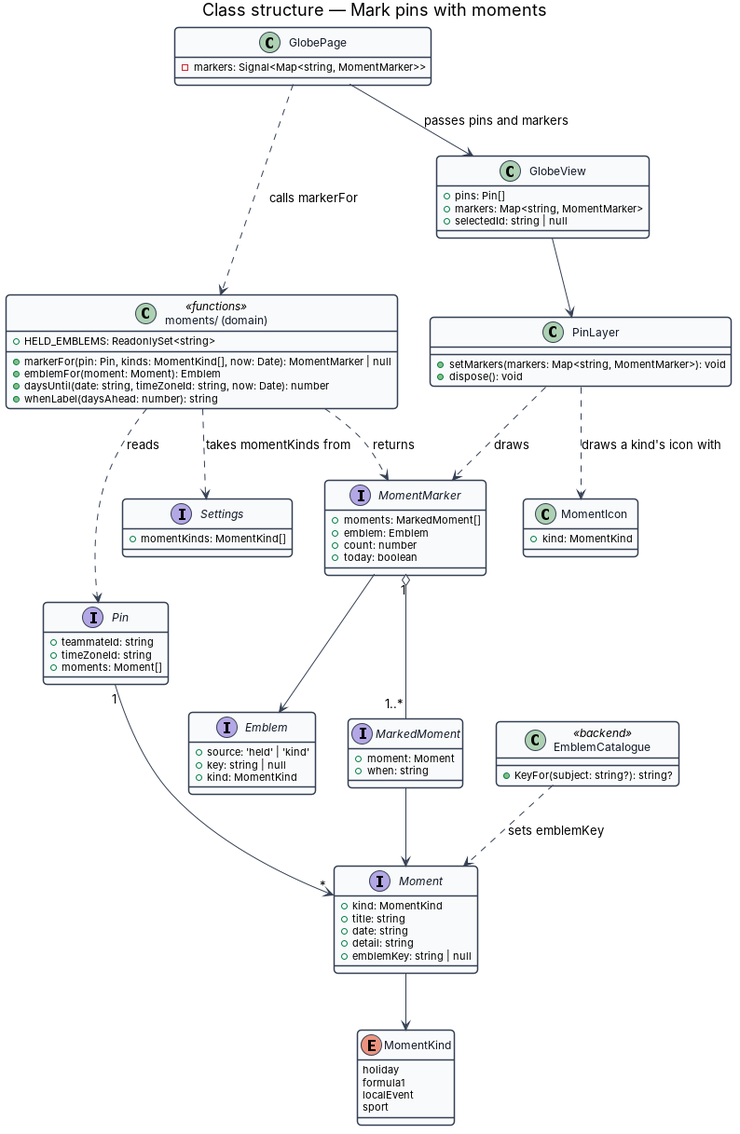
Before: docs/detailed-designs/moments/mark-pins-with-moments/diagrams/class-structure.png, a diagram exported from PlantUML (QuinntyneBrown/Mondino). Its source is kept beside it as docs/detailed-designs/moments/mark-pins-with-moments/diagrams/class-structure.puml. Its diagram source:
```plantuml
@startuml
skinparam backgroundColor #FFFFFF
skinparam shadowing false
skinparam roundcorner 8
skinparam defaultFontName Arial
skinparam ArrowColor #344054
skinparam class {
  BorderColor #344054
  FontColor #101828
  BackgroundColor #F9FAFB
}
title Class structure — Mark pins with moments

enum MomentKind {
  holiday
  formula1
  localEvent
  sport
}

interface Moment {
  +kind: MomentKind
  +title: string
  +date: string
  +detail: string
  +emblemKey: string | null
}

interface Pin {
  +teammateId: string
  +timeZoneId: string
  +moments: Moment[]
}

interface Settings {
  +momentKinds: MomentKind[]
}

interface Emblem {
  +source: 'held' | 'kind'
  +key: string | null
  +kind: MomentKind
}

interface MarkedMoment {
  +moment: Moment
  +when: string
}

interface MomentMarker {
  +moments: MarkedMoment[]
  +emblem: Emblem
  +count: number
  +today: boolean
}

class "moments/ (domain)" as moments <<functions>> {
  +markerFor(pin: Pin, kinds: MomentKind[], now: Date): MomentMarker | null
  +emblemFor(moment: Moment): Emblem
  +daysUntil(date: string, timeZoneId: string, now: Date): number
  +whenLabel(daysAhead: number): string
  +HELD_EMBLEMS: ReadonlySet<string>
}

class EmblemCatalogue <<backend>> {
  +KeyFor(subject: string?): string?
}

class GlobePage {
  -markers: Signal<Map<string, MomentMarker>>
}

class GlobeView {
  +pins: Pin[]
  +markers: Map<string, MomentMarker>
  +selectedId: string | null
}

class PinLayer {
  +setMarkers(markers: Map<string, MomentMarker>): void
  +dispose(): void
}

class MomentIcon {
  +kind: MomentKind
}

GlobePage ..> moments : calls markerFor
GlobePage --> GlobeView : passes pins and markers
moments ..> Pin : reads
moments ..> Settings : takes momentKinds from
moments ..> MomentMarker : returns
MomentMarker "1" o-- "1..*" MarkedMoment
MarkedMoment --> Moment
MomentMarker --> Emblem
Pin "1" --> "*" Moment
Moment --> MomentKind
EmblemCatalogue ..> Moment : sets emblemKey
GlobeView --> PinLayer
PinLayer ..> MomentMarker : draws
PinLayer ..> MomentIcon : draws a kind's icon with
@enduml
```
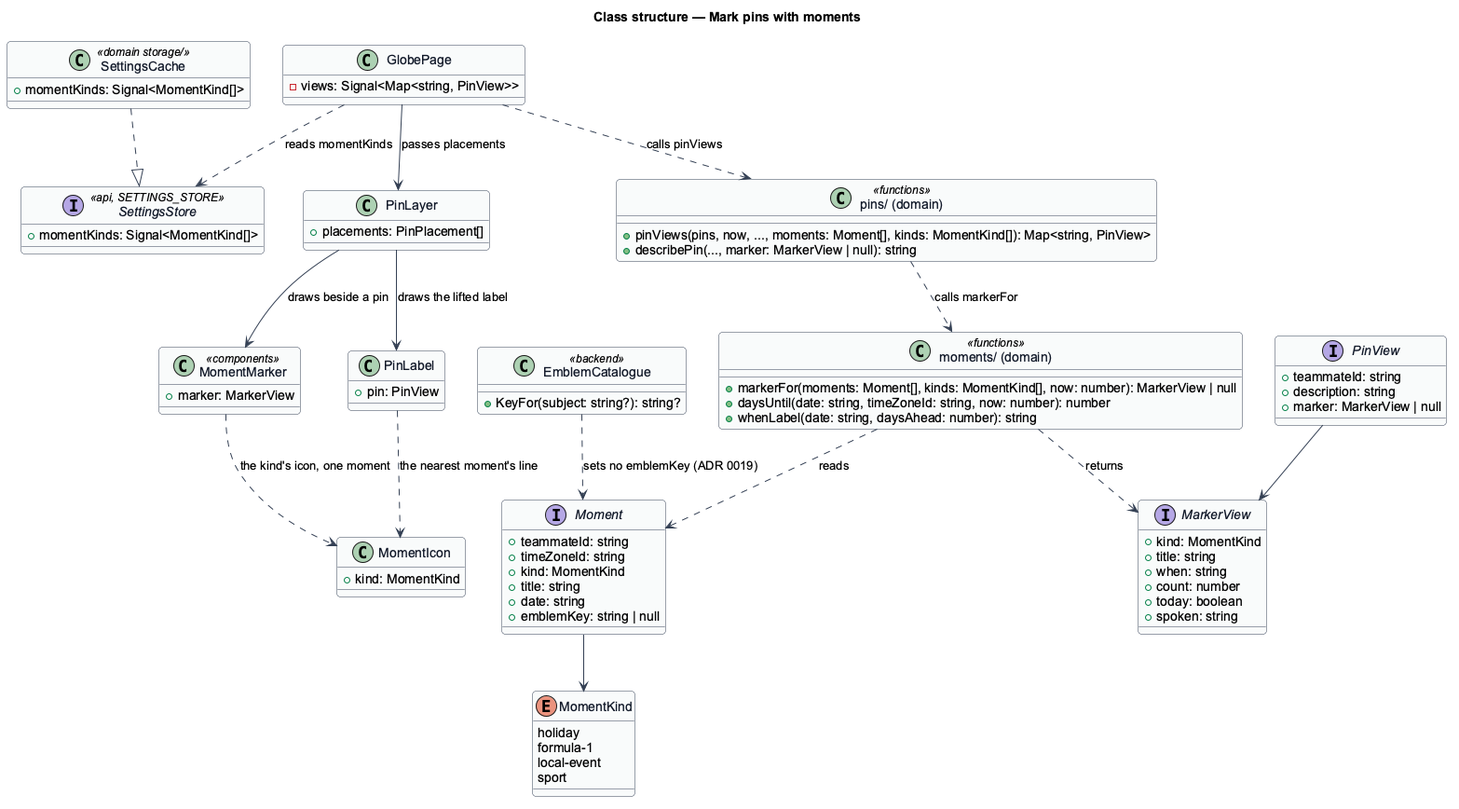
After the commit.

Diff of the diagram source:
```diff
@@ -13,53 +13,52 @@
 
 enum MomentKind {
   holiday
-  formula1
-  localEvent
+  formula-1
+  local-event
   sport
 }
 
 interface Moment {
+  +teammateId: string
+  +timeZoneId: string
   +kind: MomentKind
   +title: string
   +date: string
-  +detail: string
   +emblemKey: string | null
 }
 
-interface Pin {
-  +teammateId: string
-  +timeZoneId: string
-  +moments: Moment[]
+interface SettingsStore <<api, SETTINGS_STORE>> {
+  +momentKinds: Signal<MomentKind[]>
 }
 
-interface Settings {
-  +momentKinds: MomentKind[]
+class SettingsCache <<domain storage/>> {
+  +momentKinds: Signal<MomentKind[]>
 }
 
-interface Emblem {
-  +source: 'held' | 'kind'
-  +key: string | null
+interface MarkerView {
   +kind: MomentKind
+  +title: string
+  +when: string
+  +count: number
+  +today: boolean
+  +spoken: string
 }
 
-interface MarkedMoment {
-  +moment: Moment
-  +when: string
-}
-
-interface MomentMarker {
-  +moments: MarkedMoment[]
-  +emblem: Emblem
-  +count: number
-  +today: boolean
+interface PinView {
+  +teammateId: string
+  +description: string
+  +marker: MarkerView | null
 }
 
 class "moments/ (domain)" as moments <<functions>> {
-  +markerFor(pin: Pin, kinds: MomentKind[], now: Date): MomentMarker | null
-  +emblemFor(moment: Moment): Emblem
-  +daysUntil(date: string, timeZoneId: string, now: Date): number
-  +whenLabel(daysAhead: number): string
-  +HELD_EMBLEMS: ReadonlySet<string>
+  +markerFor(moments: Moment[], kinds: MomentKind[], now: number): MarkerView | null
+  +daysUntil(date: string, timeZoneId: string, now: number): number
+  +whenLabel(date: string, daysAhead: number): string
+}
+
+class "pins/ (domain)" as pins <<functions>> {
+  +pinViews(pins, now, ..., moments: Moment[], kinds: MomentKind[]): Map<string, PinView>
+  +describePin(..., marker: MarkerView | null): string
 }
 
 class EmblemCatalogue <<backend>> {
@@ -67,36 +66,37 @@
 }
 
 class GlobePage {
-  -markers: Signal<Map<string, MomentMarker>>
-}
-
-class GlobeView {
-  +pins: Pin[]
-  +markers: Map<string, MomentMarker>
-  +selectedId: string | null
+  -views: Signal<Map<string, PinView>>
 }
 
 class PinLayer {
-  +setMarkers(markers: Map<string, MomentMarker>): void
-  +dispose(): void
+  +placements: PinPlacement[]
+}
+
+class MomentMarker <<components>> {
+  +marker: MarkerView
+}
+
+class PinLabel {
+  +pin: PinView
 }
 
 class MomentIcon {
   +kind: MomentKind
 }
 
-GlobePage ..> moments : calls markerFor
-GlobePage --> GlobeView : passes pins and markers
-moments ..> Pin : reads
-moments ..> Settings : takes momentKinds from
-moments ..> MomentMarker : returns
-MomentMarker "1" o-- "1..*" MarkedMoment
-MarkedMoment --> Moment
-MomentMarker --> Emblem
-Pin "1" --> "*" Moment
+SettingsCache ..|> SettingsStore
+GlobePage ..> SettingsStore : reads momentKinds
+GlobePage ..> pins : calls pinViews
+pins ..> moments : calls markerFor
+moments ..> Moment : reads
+moments ..> MarkerView : returns
+PinView --> MarkerView
 Moment --> MomentKind
-EmblemCatalogue ..> Moment : sets emblemKey
-GlobeView --> PinLayer
-PinLayer ..> MomentMarker : draws
-PinLayer ..> MomentIcon : draws a kind's icon with
+EmblemCatalogue ..> Moment : sets no emblemKey (ADR 0019)
+GlobePage --> PinLayer : passes placements
+PinLayer --> MomentMarker : draws beside a pin
+PinLayer --> PinLabel : draws the lifted label
+MomentMarker ..> MomentIcon : the kind's icon, one moment
+PinLabel ..> MomentIcon : the nearest moment's line
 @enduml
```
